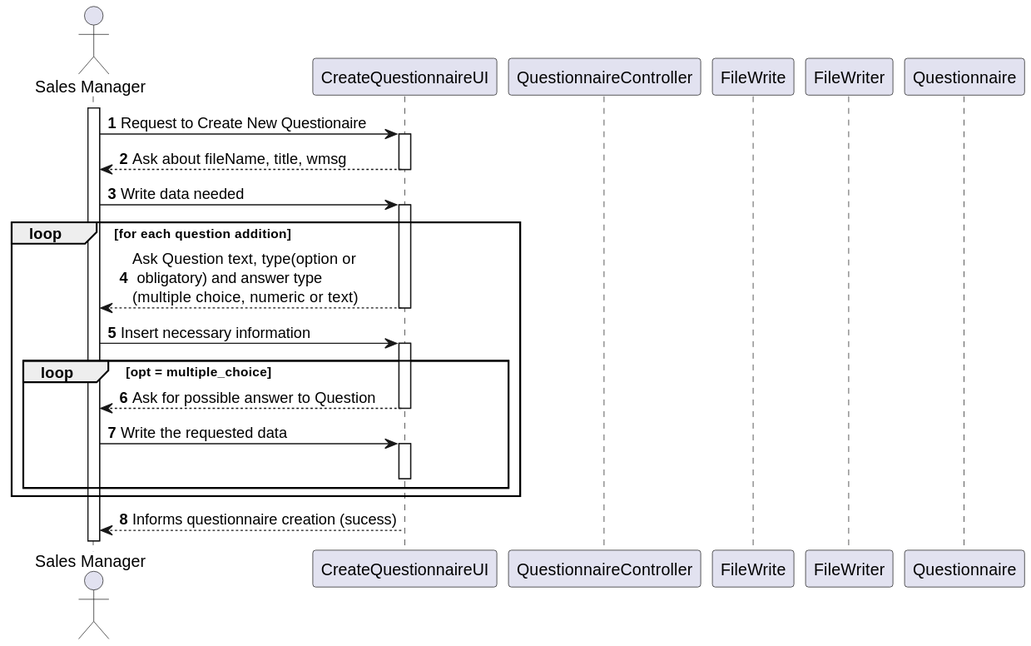
The PlantUML diagram docs/US3001/US3001_SD.svg in Norton1337/LAPR4_2122, before a commit.
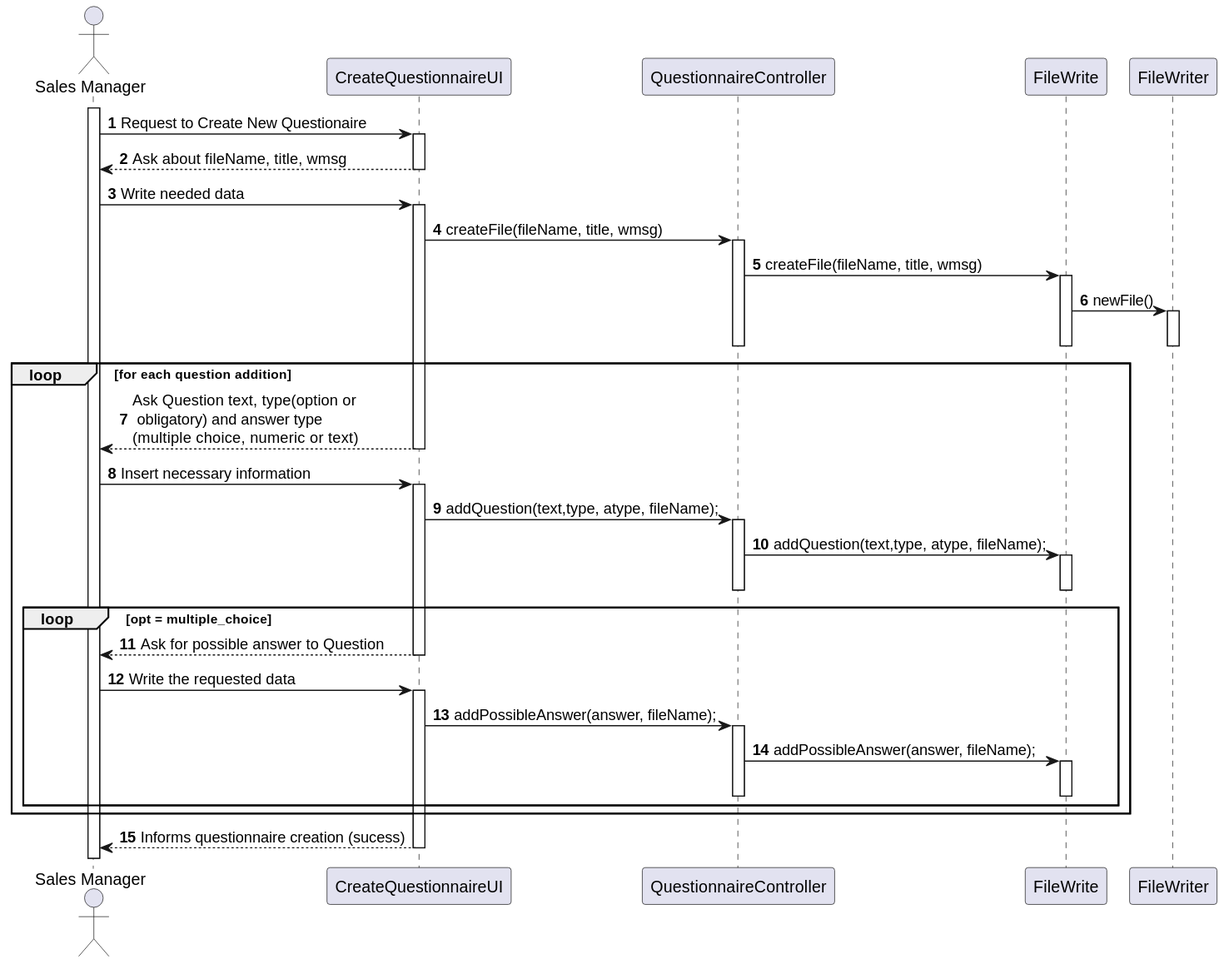
The same diagram one commit later.

What changed in the source:
```diff
@@ -7,7 +7,6 @@
 participant "QuestionnaireController" as CTR
 participant "FileWrite" as FW
 participant "FileWriter" as FWR
-participant "Questionnaire" as Q
 
 
 activate SM
@@ -16,24 +15,47 @@
 activate UI
 SM<--UI : Ask about fileName, title, wmsg
 deactivate UI
-SM->UI : Write data needed
+SM->UI : Write needed data
 activate UI
-
+UI->CTR : createFile(fileName, title, wmsg)
+activate CTR
+CTR -> FW : createFile(fileName, title, wmsg)
+activate FW
+FW -> FWR : newFile()
+activate FWR
+deactivate FWR
+deactivate FW
+deactivate CTR
 loop for each question addition
 
 SM<--UI : Ask Question text, type(option or \n obligatory) and answer type \n(multiple choice,  numeric or text)
 deactivate UI
 
 SM->UI : Insert necessary information
+activate UI
+
+UI-> CTR : addQuestion(text,type, atype, fileName);
+activate CTR
+CTR -> FW : addQuestion(text,type, atype, fileName);
+activate FW
+deactivate FW
+deactivate CTR
+
 
 loop opt = multiple_choice
 
-activate UI
+
 SM<--UI : Ask for possible answer to Question
 deactivate UI
 SM->UI : Write the requested data
 activate UI
-deactivate UI
+
+UI -> CTR : addPossibleAnswer(answer, fileName);
+activate CTR
+CTR -> FW : addPossibleAnswer(answer, fileName);
+activate FW
+deactivate FW
+deactivate CTR
 
 end
 
```
